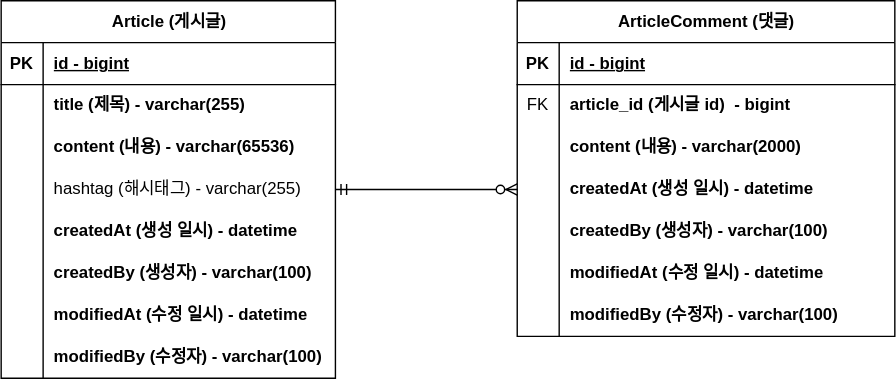
Earlier version of the draw.io export project-board/document/project-board-erd.svg (djawnstj/Spring-project-10). Source tidied: cells renumbered, new cells last; positions are measured from the earlier drawing's top-left corner, leaving out a move shared by most shapes.
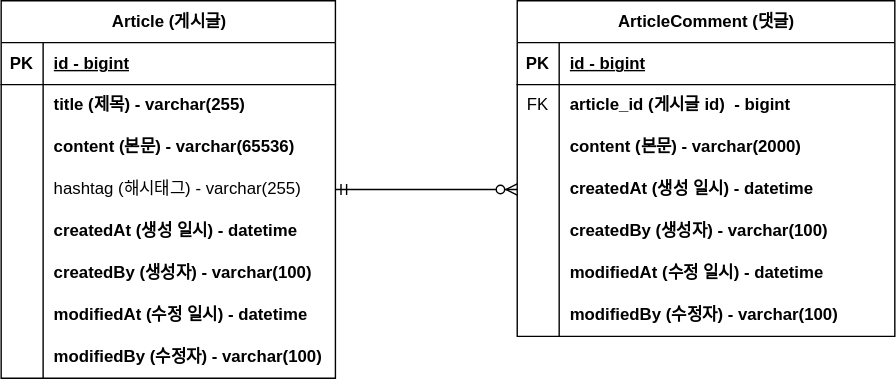
After the change.

Commit message:
#8 - ERD 설명 업데이트: project-board-erd.svg

Change to the diagram source:
```diff
@@ -29,7 +29,7 @@
     <mxCell id="10" style="shape=partialRectangle;fillColor=none;top=0;left=0;bottom=0;right=0;overflow=hidden;whiteSpace=wrap;html=1;" parent="9" vertex="1">
       <mxGeometry width="30" height="30" as="geometry" />
     </mxCell>
-    <mxCell id="11" value="content (내용) - varchar(65536)" style="shape=partialRectangle;fillColor=none;top=0;left=0;bottom=0;right=0;align=left;spacingLeft=6;overflow=hidden;whiteSpace=wrap;html=1;fontStyle=1;" parent="9" vertex="1">
+    <mxCell id="11" value="content (본문) - varchar(65536)" style="shape=partialRectangle;fillColor=none;top=0;left=0;bottom=0;right=0;align=left;spacingLeft=6;overflow=hidden;whiteSpace=wrap;html=1;fontStyle=1;" parent="9" vertex="1">
       <mxGeometry x="30" width="209" height="30" as="geometry" />
     </mxCell>
     <mxCell id="12" style="shape=tableRow;horizontal=0;startSize=0;swimlaneHead=0;swimlaneBody=0;fillColor=none;points=[[0,0.5],[1,0.5]];portConstraint=eastwest;top=0;left=0;right=0;bottom=0;" parent="2" vertex="1">
@@ -104,7 +104,7 @@
     <mxCell id="35" style="shape=partialRectangle;fillColor=none;top=0;left=0;bottom=0;right=0;overflow=hidden;whiteSpace=wrap;html=1;" parent="34" vertex="1">
       <mxGeometry width="30" height="30" as="geometry" />
     </mxCell>
-    <mxCell id="36" value="content (내용) - varchar(2000)" style="shape=partialRectangle;fillColor=none;top=0;left=0;bottom=0;right=0;align=left;spacingLeft=6;overflow=hidden;whiteSpace=wrap;html=1;fontStyle=1;" parent="34" vertex="1">
+    <mxCell id="36" value="content (본문) - varchar(2000)" style="shape=partialRectangle;fillColor=none;top=0;left=0;bottom=0;right=0;align=left;spacingLeft=6;overflow=hidden;whiteSpace=wrap;html=1;fontStyle=1;" parent="34" vertex="1">
       <mxGeometry x="30" width="240" height="30" as="geometry" />
     </mxCell>
     <mxCell id="37" style="shape=tableRow;horizontal=0;startSize=0;swimlaneHead=0;swimlaneBody=0;fillColor=none;points=[[0,0.5],[1,0.5]];portConstraint=eastwest;top=0;left=0;right=0;bottom=0;" parent="27" vertex="1">
```
